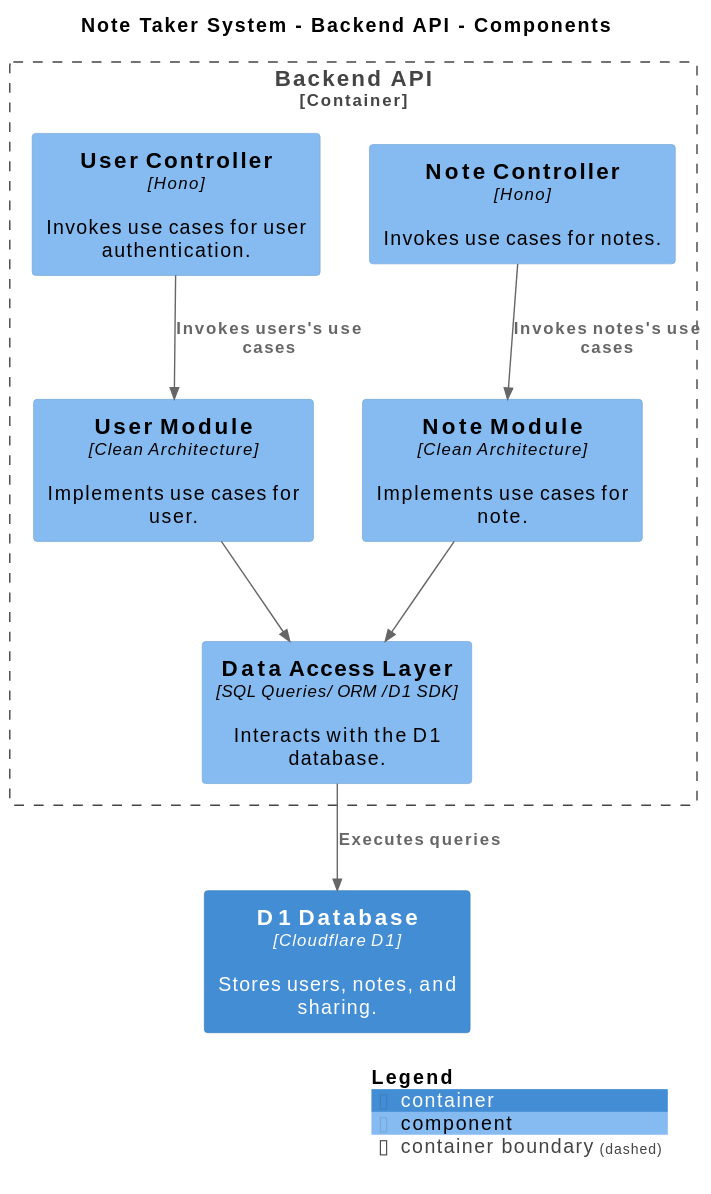
vukhanhtruong/note-taker keeps this PlantUML diagram as master/svg/BackendComponents.svg. Above is the earlier version. Its source is kept beside it as master/puml/BackendComponents.puml.
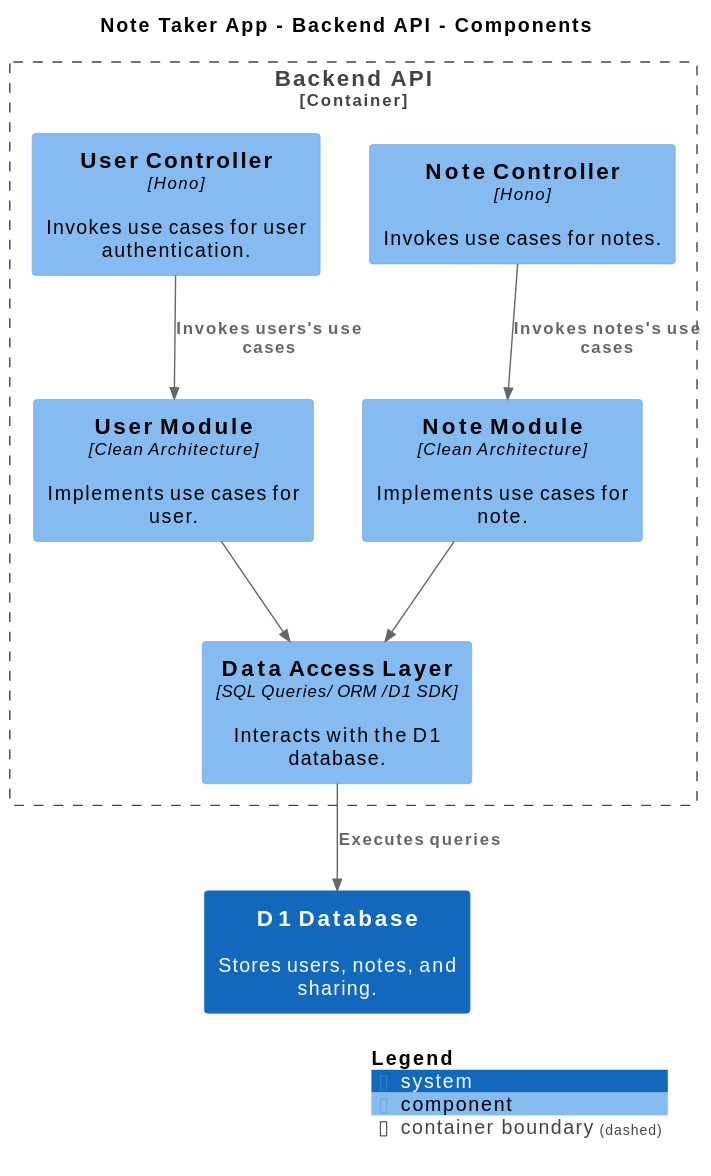
Later version of the same file.

Diff of the diagram source:
```diff
@@ -1,29 +1,28 @@
 @startuml
 set separator none
-title Note Taker System - Backend API - Components
+title Note Taker App - Backend API - Components
 
 top to bottom direction
 
 !include <C4/C4>
 !include <C4/C4_Context>
-!include <C4/C4_Container>
 !include <C4/C4_Component>
 
-Container(NoteTakerSystem.D1Database, "D1 Database", $techn="Cloudflare D1", $descr="Stores users, notes, and sharing.", $tags="", $link="")
+System(D1Database, "D1 Database", $descr="Stores users, notes, and sharing.", $tags="", $link="")
 
-Container_Boundary("NoteTakerSystem.BackendAPI_boundary", "Backend API", $tags="") {
-  Component(NoteTakerSystem.BackendAPI.NoteController, "Note Controller", $techn="Hono", $descr="Invokes use cases for notes.", $tags="", $link="")
-  Component(NoteTakerSystem.BackendAPI.UserController, "User Controller", $techn="Hono", $descr="Invokes use cases for user authentication.", $tags="", $link="")
-  Component(NoteTakerSystem.BackendAPI.NoteModule, "Note Module", $techn="Clean Architecture", $descr="Implements use cases for note.", $tags="", $link="")
-  Component(NoteTakerSystem.BackendAPI.UserModule, "User Module", $techn="Clean Architecture", $descr="Implements use cases for user.", $tags="", $link="")
-  Component(NoteTakerSystem.BackendAPI.DataAccessLayer, "Data Access Layer", $techn="SQL Queries/ ORM /D1 SDK", $descr="Interacts with the D1 database.", $tags="", $link="")
+Container_Boundary("NoteTakerApp.BackendAPI_boundary", "Backend API", $tags="") {
+  Component(NoteTakerApp.BackendAPI.NoteController, "Note Controller", $techn="Hono", $descr="Invokes use cases for notes.", $tags="", $link="")
+  Component(NoteTakerApp.BackendAPI.UserController, "User Controller", $techn="Hono", $descr="Invokes use cases for user authentication.", $tags="", $link="")
+  Component(NoteTakerApp.BackendAPI.NoteModule, "Note Module", $techn="Clean Architecture", $descr="Implements use cases for note.", $tags="", $link="")
+  Component(NoteTakerApp.BackendAPI.UserModule, "User Module", $techn="Clean Architecture", $descr="Implements use cases for user.", $tags="", $link="")
+  Component(NoteTakerApp.BackendAPI.DataAccessLayer, "Data Access Layer", $techn="SQL Queries/ ORM /D1 SDK", $descr="Interacts with the D1 database.", $tags="", $link="")
 }
 
-Rel(NoteTakerSystem.BackendAPI.NoteController, NoteTakerSystem.BackendAPI.NoteModule, "Invokes notes's use cases", $techn="", $tags="", $link="")
-Rel(NoteTakerSystem.BackendAPI.UserController, NoteTakerSystem.BackendAPI.UserModule, "Invokes users's use cases", $techn="", $tags="", $link="")
-Rel(NoteTakerSystem.BackendAPI.NoteModule, NoteTakerSystem.BackendAPI.DataAccessLayer, "", $techn="", $tags="", $link="")
-Rel(NoteTakerSystem.BackendAPI.UserModule, NoteTakerSystem.BackendAPI.DataAccessLayer, "", $techn="", $tags="", $link="")
-Rel(NoteTakerSystem.BackendAPI.DataAccessLayer, NoteTakerSystem.D1Database, "Executes queries", $techn="", $tags="", $link="")
+Rel(NoteTakerApp.BackendAPI.NoteController, NoteTakerApp.BackendAPI.NoteModule, "Invokes notes's use cases", $techn="", $tags="", $link="")
+Rel(NoteTakerApp.BackendAPI.UserController, NoteTakerApp.BackendAPI.UserModule, "Invokes users's use cases", $techn="", $tags="", $link="")
+Rel(NoteTakerApp.BackendAPI.NoteModule, NoteTakerApp.BackendAPI.DataAccessLayer, "", $techn="", $tags="", $link="")
+Rel(NoteTakerApp.BackendAPI.UserModule, NoteTakerApp.BackendAPI.DataAccessLayer, "", $techn="", $tags="", $link="")
+Rel(NoteTakerApp.BackendAPI.DataAccessLayer, D1Database, "Executes queries", $techn="", $tags="", $link="")
 
 SHOW_LEGEND(true)
 @enduml
```
